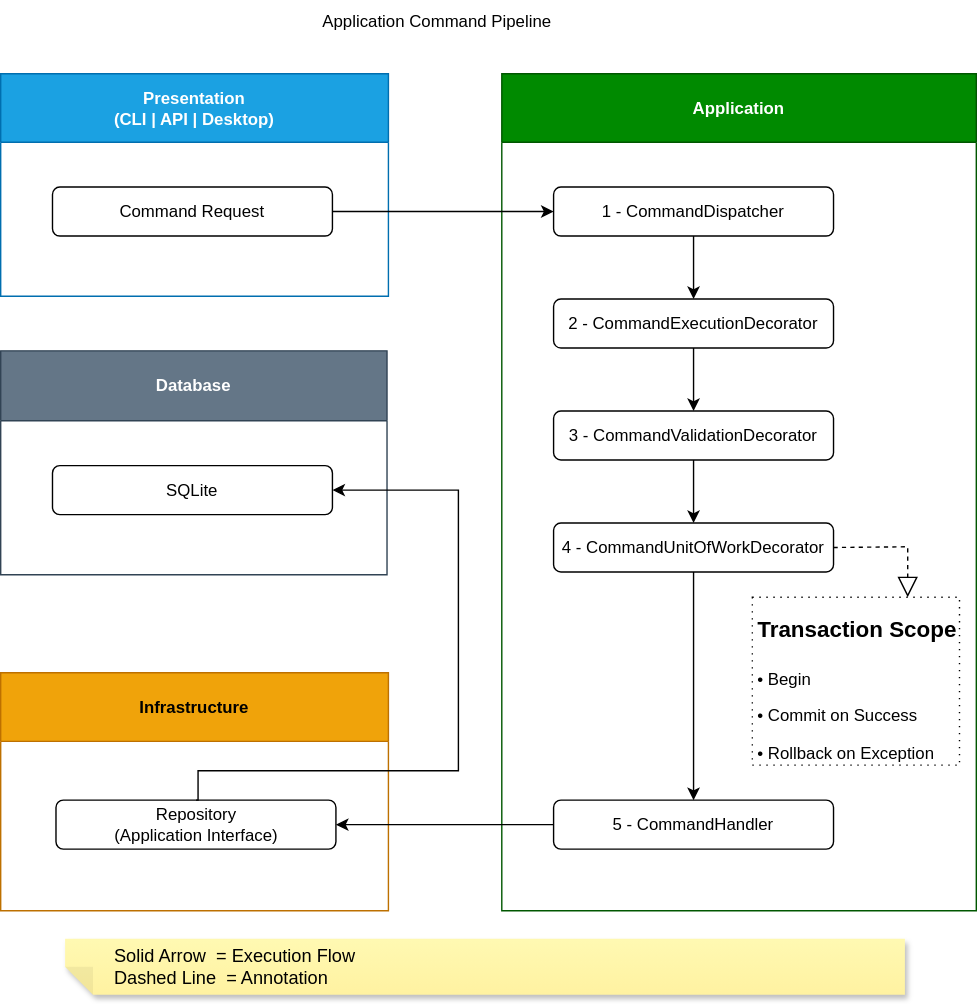
sergio-lopes-developer/whoami keeps this draw.io diagram as docs/application/application-command-pipeline.svg. Above is the earlier version. Source tidied: cells renumbered, new cells last; positions are measured from the earlier drawing's top-left corner, leaving out a move shared by most shapes. Source of this version:
```xml
<mxGraphModel>
  <root>
    <mxCell id="0" />
    <mxCell id="1" parent="0" />
    <mxCell id="2" value="Presentation&#10;(CLI | API | Desktop)" style="swimlane;whiteSpace=wrap;html=1;startSize=49;fillColor=#1ba1e2;strokeColor=#006EAF;fontColor=#ffffff;swimlaneFillColor=none;gradientColor=none;" parent="1" vertex="1">
      <mxGeometry y="52" width="277" height="159" as="geometry" />
    </mxCell>
    <mxCell id="3" value="Command Request" style="rounded=1;whiteSpace=wrap;html=1;fillColor=none;" parent="2" vertex="1">
      <mxGeometry x="37" y="81" width="200" height="35" as="geometry" />
    </mxCell>
    <mxCell id="4" value="&lt;div&gt;Application&lt;/div&gt;" style="swimlane;whiteSpace=wrap;html=1;startSize=49;fillColor=#008a00;strokeColor=#005700;fontColor=#ffffff;swimlaneFillColor=none;gradientColor=none;" parent="1" vertex="1">
      <mxGeometry x="358" y="52" width="339" height="598" as="geometry" />
    </mxCell>
    <mxCell id="5" style="edgeStyle=orthogonalEdgeStyle;rounded=0;jettySize=auto;html=1;entryX=0.5;entryY=0;entryDx=0;entryDy=0;" parent="4" edge="1" source="6" target="8">
      <mxGeometry relative="1" as="geometry" />
    </mxCell>
    <mxCell id="6" value="1 - CommandDispatcher" style="rounded=1;whiteSpace=wrap;html=1;fillColor=none;" parent="4" vertex="1">
      <mxGeometry x="37" y="81" width="200" height="35" as="geometry" />
    </mxCell>
    <mxCell id="7" style="edgeStyle=orthogonalEdgeStyle;rounded=0;jettySize=auto;html=1;exitX=0.5;exitY=1;exitDx=0;exitDy=0;entryX=0.5;entryY=0;entryDx=0;entryDy=0;" parent="4" edge="1" source="8" target="10">
      <mxGeometry relative="1" as="geometry" />
    </mxCell>
    <mxCell id="8" value="2 - CommandExecutionDecorator" style="rounded=1;whiteSpace=wrap;html=1;fillColor=none;" parent="4" vertex="1">
      <mxGeometry x="37" y="161" width="200" height="35" as="geometry" />
    </mxCell>
    <mxCell id="9" style="edgeStyle=orthogonalEdgeStyle;rounded=0;jettySize=auto;html=1;entryX=0.5;entryY=0;entryDx=0;entryDy=0;" parent="4" edge="1" source="10" target="12">
      <mxGeometry relative="1" as="geometry" />
    </mxCell>
    <mxCell id="10" value="3 - CommandValidationDecorator" style="rounded=1;whiteSpace=wrap;html=1;fillColor=none;" parent="4" vertex="1">
      <mxGeometry x="37" y="241" width="200" height="35" as="geometry" />
    </mxCell>
    <mxCell id="11" style="edgeStyle=orthogonalEdgeStyle;rounded=0;jettySize=auto;html=1;" parent="4" edge="1" source="12" target="13">
      <mxGeometry relative="1" as="geometry" />
    </mxCell>
    <mxCell id="12" value="4 - CommandUnitOfWorkDecorator" style="rounded=1;whiteSpace=wrap;html=1;fillColor=none;" parent="4" vertex="1">
      <mxGeometry x="37" y="321" width="200" height="35" as="geometry" />
    </mxCell>
    <mxCell id="13" value="5 - CommandHandler" style="rounded=1;whiteSpace=wrap;html=1;fillColor=none;" parent="4" vertex="1">
      <mxGeometry x="37" y="519" width="200" height="35" as="geometry" />
    </mxCell>
    <mxCell id="14" value="&lt;h1 style=&quot;margin-top: 0px;&quot;&gt;&lt;font style=&quot;font-size: 16px;&quot;&gt;Transaction Scope&lt;/font&gt;&lt;/h1&gt;&lt;p&gt;• Begin&lt;/p&gt;&lt;p&gt;• Commit on Success&lt;/p&gt;&lt;p&gt;• Rollback on Exception&lt;/p&gt;" style="text;html=1;whiteSpace=wrap;overflow=hidden;rounded=0;strokeColor=default;spacingLeft=2;spacingBottom=0;dashed=1;dashPattern=1 4;" parent="4" vertex="1">
      <mxGeometry x="179" y="374" width="148" height="120" as="geometry" />
    </mxCell>
    <mxCell id="15" style="endArrow=block;dashed=1;endFill=0;endSize=12;html=1;rounded=0;exitX=1;exitY=0.5;exitDx=0;exitDy=0;entryX=0.75;entryY=0;entryDx=0;entryDy=0;" parent="4" edge="1" source="12" target="14">
      <mxGeometry relative="1" as="geometry">
        <Array as="points">
          <mxPoint x="290" y="338" />
        </Array>
      </mxGeometry>
    </mxCell>
    <mxCell id="16" value="&lt;div&gt;Infrastructure&lt;/div&gt;" style="swimlane;whiteSpace=wrap;html=1;startSize=49;fillColor=#f0a30a;strokeColor=#BD7000;fontColor=#000000;swimlaneFillColor=none;" parent="1" vertex="1">
      <mxGeometry y="480" width="277" height="170" as="geometry" />
    </mxCell>
    <mxCell id="17" value="&lt;div&gt;Repository&lt;/div&gt;&lt;div&gt;(Application Interface)&lt;/div&gt;" style="rounded=1;whiteSpace=wrap;html=1;fillColor=none;" parent="16" vertex="1">
      <mxGeometry x="39.5" y="91" width="200" height="35" as="geometry" />
    </mxCell>
    <mxCell id="18" style="edgeStyle=orthogonalEdgeStyle;rounded=0;jettySize=auto;html=1;exitX=1;exitY=0.5;exitDx=0;exitDy=0;entryX=0;entryY=0.5;entryDx=0;entryDy=0;" parent="1" edge="1" source="3" target="6">
      <mxGeometry relative="1" as="geometry" />
    </mxCell>
    <mxCell id="19" style="edgeStyle=orthogonalEdgeStyle;rounded=0;jettySize=auto;html=1;entryX=1;entryY=0.5;entryDx=0;entryDy=0;" parent="1" edge="1" source="13" target="17">
      <mxGeometry relative="1" as="geometry" />
    </mxCell>
    <mxCell id="20" value="Application Command Pipeline" style="text;html=1;whiteSpace=wrap;strokeColor=none;fillColor=none;align=center;verticalAlign=middle;rounded=0;gradientColor=none;" parent="1" vertex="1">
      <mxGeometry x="196" width="232" height="30" as="geometry" />
    </mxCell>
    <mxCell id="21" value="Database" style="swimlane;whiteSpace=wrap;html=1;fillColor=#647687;strokeColor=#314354;startSize=50;fontColor=#ffffff;swimlaneFillColor=none;gradientColor=none;" parent="1" vertex="1">
      <mxGeometry y="250" width="276" height="160" as="geometry" />
    </mxCell>
    <mxCell id="22" value="SQLite" style="rounded=1;whiteSpace=wrap;html=1;fillColor=none;" parent="21" vertex="1">
      <mxGeometry x="37" y="82" width="200" height="35" as="geometry" />
    </mxCell>
    <mxCell id="23" style="edgeStyle=orthogonalEdgeStyle;rounded=0;jettySize=auto;html=1;exitX=0.5;exitY=0;exitDx=0;exitDy=0;entryX=1;entryY=0.5;entryDx=0;entryDy=0;" parent="1" edge="1" source="17" target="22">
      <mxGeometry relative="1" as="geometry">
        <Array as="points">
          <mxPoint x="141" y="550" />
          <mxPoint x="327" y="550" />
          <mxPoint x="327" y="350" />
        </Array>
      </mxGeometry>
    </mxCell>
    <mxCell id="24" value="&lt;div style=&quot;&quot;&gt;&lt;span style=&quot;color: rgb(255, 255, 255); font-size: 12px; background-color: transparent;&quot;&gt;&amp;nbsp; &amp;nbsp; &amp;nbsp; &amp;nbsp; &amp;nbsp;&lt;/span&gt;&lt;span style=&quot;color: rgb(255, 255, 255); font-size: 12px; background-color: transparent;&quot;&gt;&amp;nbsp;&lt;/span&gt;&lt;span style=&quot;background-color: transparent; color: light-dark(rgb(0, 0, 0), rgb(237, 237, 237));&quot;&gt;Solid Arrow&amp;nbsp; = Execution Flow&lt;/span&gt;&lt;/div&gt;&lt;div style=&quot;&quot;&gt;&lt;span style=&quot;color: rgb(255, 255, 255); font-size: 12px; background-color: transparent;&quot;&gt;&amp;nbsp; &amp;nbsp; &amp;nbsp; &amp;nbsp; &amp;nbsp;&lt;/span&gt;&lt;span style=&quot;color: rgb(255, 255, 255); font-size: 12px; background-color: transparent;&quot;&gt;&amp;nbsp;&lt;/span&gt;&lt;span style=&quot;background-color: transparent; color: light-dark(rgb(0, 0, 0), rgb(237, 237, 237));&quot;&gt;Dashed Line&amp;nbsp; = Annotation&lt;/span&gt;&lt;/div&gt;" style="shape=note;whiteSpace=wrap;html=1;backgroundOutline=1;autosizeText=1;fontColor=#000000;darkOpacity=0.05;fillColor=#FFF9B2;strokeColor=none;fillStyle=solid;fontSize=13;direction=west;gradientDirection=north;gradientColor=#FFF2A1;shadow=1;size=20;align=left;" parent="1" vertex="1">
      <mxGeometry x="46" y="670" width="600" height="40" as="geometry" />
    </mxCell>
  </root>
</mxGraphModel>
```
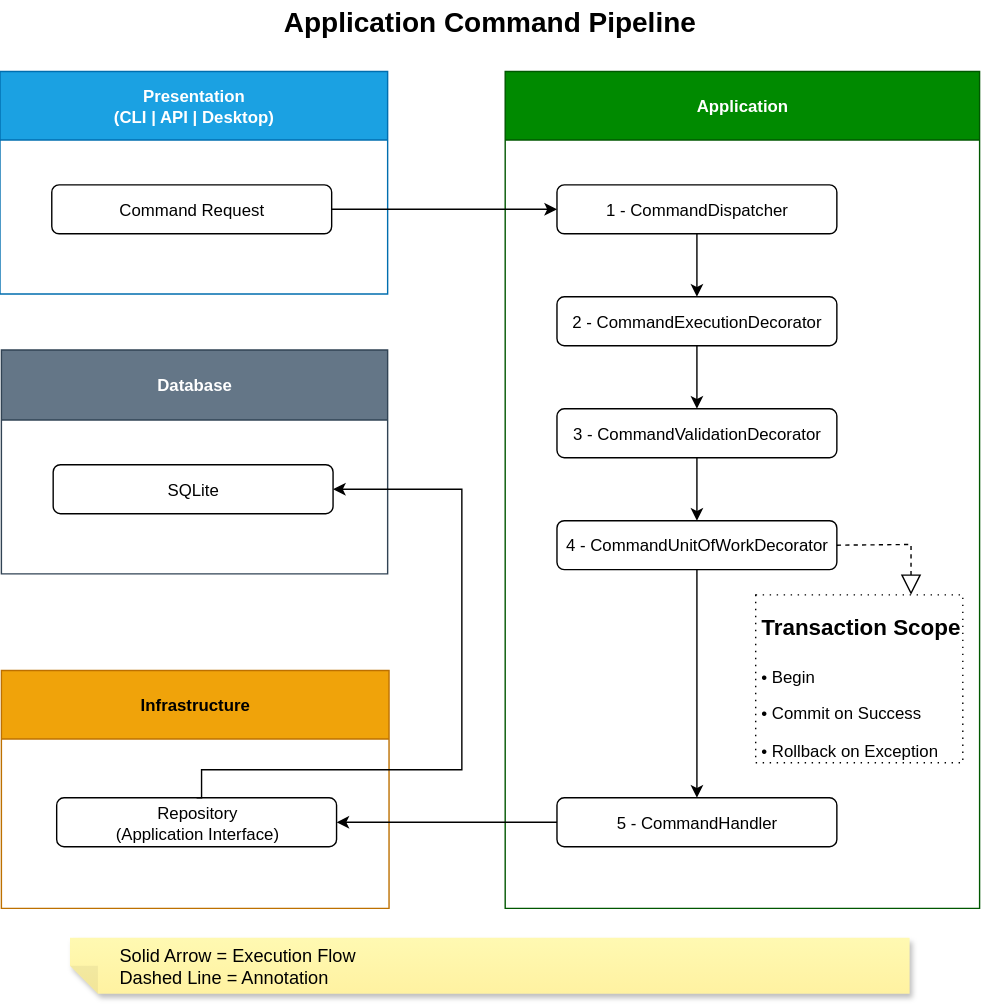
Later version of the same file.

Commit message:
docs: fix diagram colors for GitHub dark mode

The edit, as a diff of the source:
```diff
@@ -2,14 +2,14 @@
   <root>
     <mxCell id="0" />
     <mxCell id="1" parent="0" />
-    <mxCell id="2" value="Presentation&#10;(CLI | API | Desktop)" style="swimlane;whiteSpace=wrap;html=1;startSize=49;fillColor=#1ba1e2;strokeColor=#006EAF;fontColor=#ffffff;swimlaneFillColor=none;gradientColor=none;" parent="1" vertex="1">
-      <mxGeometry y="52" width="277" height="159" as="geometry" />
+    <mxCell id="2" value="Presentation&#10;(CLI | API | Desktop)" style="swimlane;whiteSpace=wrap;html=1;startSize=49;fillColor=#1ba1e2;strokeColor=#006EAF;fontColor=#ffffff;swimlaneFillColor=default;gradientColor=none;" parent="1" vertex="1">
+      <mxGeometry x="-3" y="51" width="277" height="159" as="geometry" />
     </mxCell>
     <mxCell id="3" value="Command Request" style="rounded=1;whiteSpace=wrap;html=1;fillColor=none;" parent="2" vertex="1">
       <mxGeometry x="37" y="81" width="200" height="35" as="geometry" />
     </mxCell>
-    <mxCell id="4" value="&lt;div&gt;Application&lt;/div&gt;" style="swimlane;whiteSpace=wrap;html=1;startSize=49;fillColor=#008a00;strokeColor=#005700;fontColor=#ffffff;swimlaneFillColor=none;gradientColor=none;" parent="1" vertex="1">
-      <mxGeometry x="358" y="52" width="339" height="598" as="geometry" />
+    <mxCell id="4" value="&lt;div&gt;Application&lt;/div&gt;" style="swimlane;whiteSpace=wrap;html=1;startSize=49;fillColor=#008a00;strokeColor=#005700;fontColor=#ffffff;swimlaneFillColor=default;gradientColor=none;" parent="1" vertex="1">
+      <mxGeometry x="358" y="51" width="339" height="598" as="geometry" />
     </mxCell>
     <mxCell id="5" style="edgeStyle=orthogonalEdgeStyle;rounded=0;jettySize=auto;html=1;entryX=0.5;entryY=0;entryDx=0;entryDy=0;" parent="4" edge="1" source="6" target="8">
       <mxGeometry relative="1" as="geometry" />
@@ -48,8 +48,8 @@
         </Array>
       </mxGeometry>
     </mxCell>
-    <mxCell id="16" value="&lt;div&gt;Infrastructure&lt;/div&gt;" style="swimlane;whiteSpace=wrap;html=1;startSize=49;fillColor=#f0a30a;strokeColor=#BD7000;fontColor=#000000;swimlaneFillColor=none;" parent="1" vertex="1">
-      <mxGeometry y="480" width="277" height="170" as="geometry" />
+    <mxCell id="16" value="&lt;div&gt;Infrastructure&lt;/div&gt;" style="swimlane;whiteSpace=wrap;html=1;startSize=49;fillColor=#f0a30a;strokeColor=#BD7000;fontColor=#000000;swimlaneFillColor=default;" parent="1" vertex="1">
+      <mxGeometry x="-2" y="479" width="277" height="170" as="geometry" />
     </mxCell>
     <mxCell id="17" value="&lt;div&gt;Repository&lt;/div&gt;&lt;div&gt;(Application Interface)&lt;/div&gt;" style="rounded=1;whiteSpace=wrap;html=1;fillColor=none;" parent="16" vertex="1">
       <mxGeometry x="39.5" y="91" width="200" height="35" as="geometry" />
@@ -60,11 +60,11 @@
     <mxCell id="19" style="edgeStyle=orthogonalEdgeStyle;rounded=0;jettySize=auto;html=1;entryX=1;entryY=0.5;entryDx=0;entryDy=0;" parent="1" edge="1" source="13" target="17">
       <mxGeometry relative="1" as="geometry" />
     </mxCell>
-    <mxCell id="20" value="Application Command Pipeline" style="text;html=1;whiteSpace=wrap;strokeColor=none;fillColor=none;align=center;verticalAlign=middle;rounded=0;gradientColor=none;" parent="1" vertex="1">
-      <mxGeometry x="196" width="232" height="30" as="geometry" />
+    <mxCell id="20" value="Application Command Pipeline" style="text;html=1;whiteSpace=wrap;strokeColor=none;fillColor=none;align=center;verticalAlign=middle;rounded=0;gradientColor=none;fontSize=20;fontStyle=1;" parent="1" vertex="1">
+      <mxGeometry x="-3" width="700" height="30" as="geometry" />
     </mxCell>
-    <mxCell id="21" value="Database" style="swimlane;whiteSpace=wrap;html=1;fillColor=#647687;strokeColor=#314354;startSize=50;fontColor=#ffffff;swimlaneFillColor=none;gradientColor=none;" parent="1" vertex="1">
-      <mxGeometry y="250" width="276" height="160" as="geometry" />
+    <mxCell id="21" value="Database" style="swimlane;whiteSpace=wrap;html=1;fillColor=#647687;strokeColor=#314354;startSize=50;fontColor=#ffffff;swimlaneFillColor=default;gradientColor=none;" parent="1" vertex="1">
+      <mxGeometry x="-2" y="250" width="276" height="160" as="geometry" />
     </mxCell>
     <mxCell id="22" value="SQLite" style="rounded=1;whiteSpace=wrap;html=1;fillColor=none;" parent="21" vertex="1">
       <mxGeometry x="37" y="82" width="200" height="35" as="geometry" />
@@ -78,8 +78,8 @@
         </Array>
       </mxGeometry>
     </mxCell>
-    <mxCell id="24" value="&lt;div style=&quot;&quot;&gt;&lt;span style=&quot;color: rgb(255, 255, 255); font-size: 12px; background-color: transparent;&quot;&gt;&amp;nbsp; &amp;nbsp; &amp;nbsp; &amp;nbsp; &amp;nbsp;&lt;/span&gt;&lt;span style=&quot;color: rgb(255, 255, 255); font-size: 12px; background-color: transparent;&quot;&gt;&amp;nbsp;&lt;/span&gt;&lt;span style=&quot;background-color: transparent; color: light-dark(rgb(0, 0, 0), rgb(237, 237, 237));&quot;&gt;Solid Arrow&amp;nbsp; = Execution Flow&lt;/span&gt;&lt;/div&gt;&lt;div style=&quot;&quot;&gt;&lt;span style=&quot;color: rgb(255, 255, 255); font-size: 12px; background-color: transparent;&quot;&gt;&amp;nbsp; &amp;nbsp; &amp;nbsp; &amp;nbsp; &amp;nbsp;&lt;/span&gt;&lt;span style=&quot;color: rgb(255, 255, 255); font-size: 12px; background-color: transparent;&quot;&gt;&amp;nbsp;&lt;/span&gt;&lt;span style=&quot;background-color: transparent; color: light-dark(rgb(0, 0, 0), rgb(237, 237, 237));&quot;&gt;Dashed Line&amp;nbsp; = Annotation&lt;/span&gt;&lt;/div&gt;" style="shape=note;whiteSpace=wrap;html=1;backgroundOutline=1;autosizeText=1;fontColor=#000000;darkOpacity=0.05;fillColor=#FFF9B2;strokeColor=none;fillStyle=solid;fontSize=13;direction=west;gradientDirection=north;gradientColor=#FFF2A1;shadow=1;size=20;align=left;" parent="1" vertex="1">
-      <mxGeometry x="46" y="670" width="600" height="40" as="geometry" />
+    <mxCell id="24" value="&lt;div style=&quot;&quot;&gt;&lt;span style=&quot;color: rgb(255, 255, 255); font-size: 12px; background-color: transparent;&quot;&gt;&amp;nbsp; &amp;nbsp; &amp;nbsp; &amp;nbsp; &amp;nbsp;&lt;/span&gt;&lt;span style=&quot;color: rgb(255, 255, 255); font-size: 12px; background-color: transparent;&quot;&gt;&amp;nbsp;&lt;/span&gt;&lt;span style=&quot;background-color: transparent; color: light-dark(rgb(0, 0, 0), rgb(237, 237, 237));&quot;&gt;Solid Arrow = Execution Flow&lt;/span&gt;&lt;/div&gt;&lt;div style=&quot;&quot;&gt;&lt;span style=&quot;color: rgb(255, 255, 255); font-size: 12px; background-color: transparent;&quot;&gt;&amp;nbsp; &amp;nbsp; &amp;nbsp; &amp;nbsp; &amp;nbsp;&lt;/span&gt;&lt;span style=&quot;color: rgb(255, 255, 255); font-size: 12px; background-color: transparent;&quot;&gt;&amp;nbsp;&lt;/span&gt;&lt;span style=&quot;background-color: transparent; color: light-dark(rgb(0, 0, 0), rgb(237, 237, 237));&quot;&gt;Dashed Line = Annotation&lt;/span&gt;&lt;/div&gt;" style="shape=note;whiteSpace=wrap;html=1;backgroundOutline=1;autosizeText=1;fontColor=#000000;darkOpacity=0.05;fillColor=#FFF9B2;strokeColor=none;fillStyle=solid;fontSize=13;direction=west;gradientDirection=north;gradientColor=#FFF2A1;shadow=1;size=20;align=left;" parent="1" vertex="1">
+      <mxGeometry x="47" y="670" width="600" height="40" as="geometry" />
     </mxCell>
   </root>
 </mxGraphModel>
```
